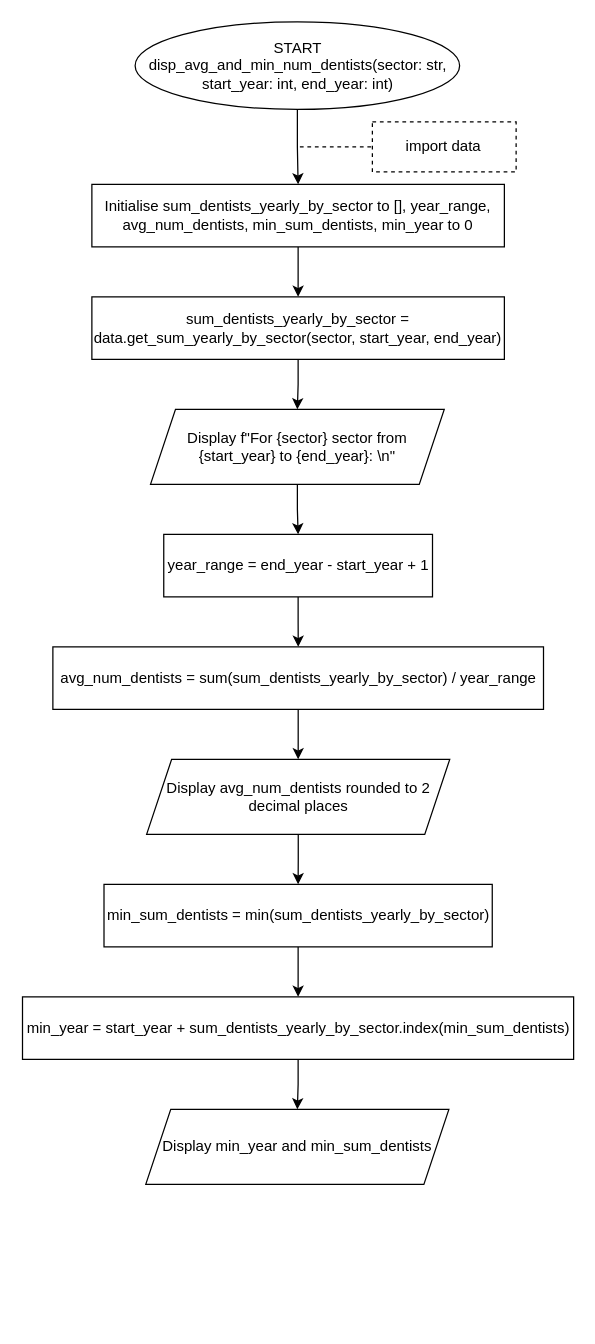
Before: Flow Charts/disp_avg_and_min_num_dentists.drawio in SNGTech/CPPSProject, a draw.io diagram. Source tidied: cells renumbered, new cells numbered last; positions are measured from the earlier drawing's top-left corner, leaving out a move shared by most shapes. Both pictures are drawn from the tidied source at 125%, with x=0, y=0 at pixel (22, 21).
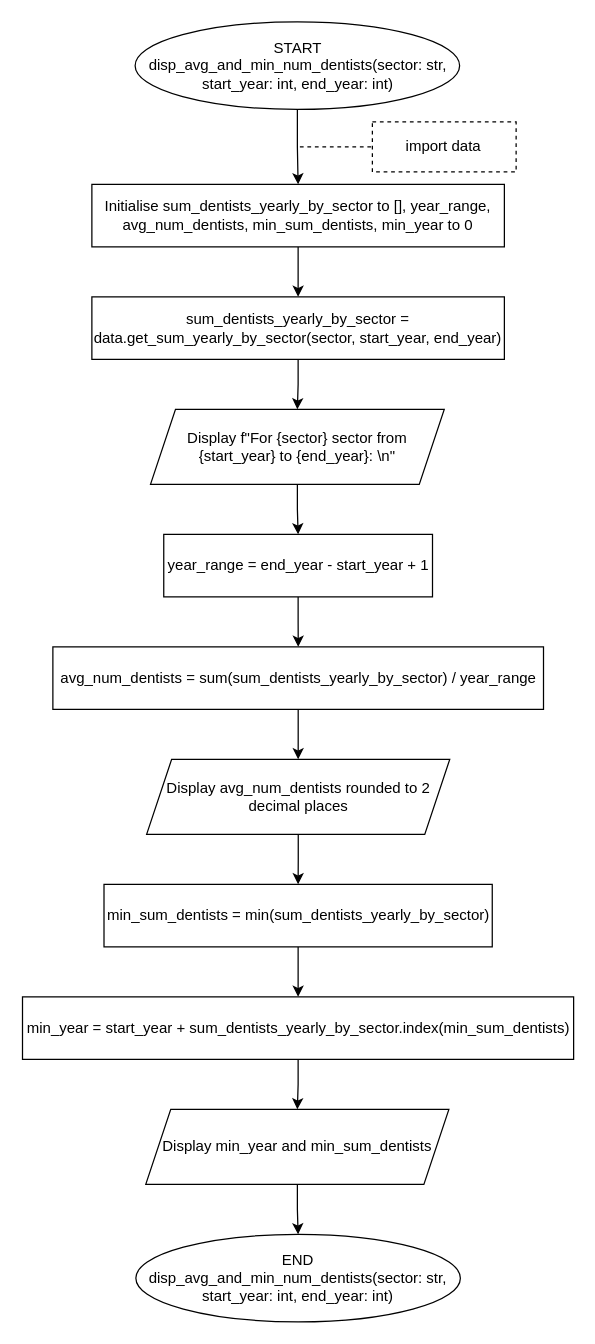
The same page after the edit.

Unchanged cells that the change refers to:
```xml
<mxCell id="22" value="Display min_year and min_sum_dentists" style="shape=parallelogram;perimeter=parallelogramPerimeter;whiteSpace=wrap;html=1;fixedSize=1;" parent="1" vertex="1">
  <mxGeometry x="98.1" y="870" width="242.5" height="60" as="geometry" />
</mxCell>
```

What changed in the source:
```diff
@@
+    <mxCell id="23" style="edgeStyle=orthogonalEdgeStyle;rounded=0;jettySize=auto;html=1;" parent="1" edge="1" source="22" target="24">
+      <mxGeometry relative="1" as="geometry" />
+    </mxCell>
@@
+    <mxCell id="24" value="END&lt;br&gt;disp_avg_and_min_num_dentists(sector: str, start_year: int, end_year: int)" style="ellipse;whiteSpace=wrap;html=1;rounded=0;" parent="1" vertex="1">
+      <mxGeometry x="90.2" y="970" width="259.6" height="70" as="geometry" />
+    </mxCell>
```
